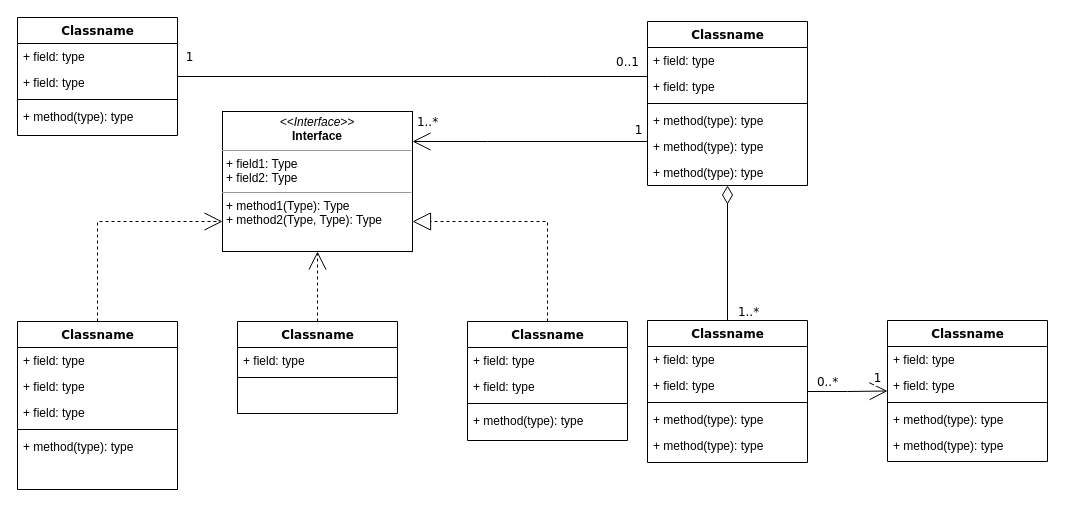
zhangchuhu/drawio keeps this draw.io diagram as technologyStack/spring/JdkDynamicProxy.drawio. Above is the earlier version. Source tidied: cells renumbered, new cells numbered last; positions are measured from the earlier drawing's top-left corner, leaving out a move shared by most shapes. Both pictures are drawn from the tidied source at 100%, with x=0, y=0 at pixel (17, 17).
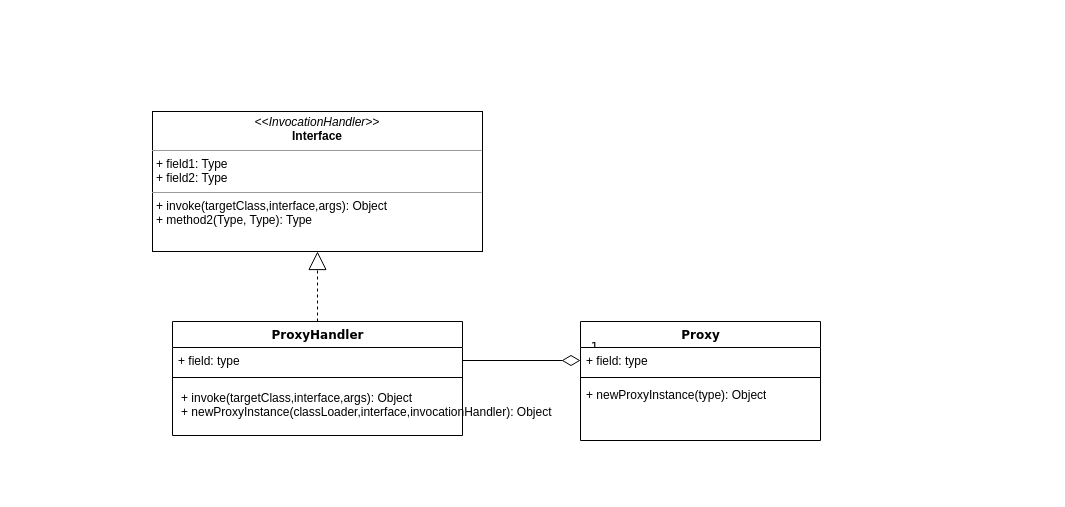
Above is the later version.

Change to the diagram source:
```diff
@@
-    <mxCell id="2" style="edgeStyle=orthogonalEdgeStyle;rounded=0;html=1;dashed=1;labelBackgroundColor=none;startArrow=none;startFill=0;startSize=8;endArrow=open;endFill=0;endSize=16;fontFamily=Verdana;fontSize=12;" parent="1" edge="1" source="3" target="54">
-      <mxGeometry relative="1" as="geometry">
-        <Array as="points">
-          <mxPoint x="80" y="204" />
-        </Array>
-      </mxGeometry>
-    </mxCell>
-    <mxCell id="3" value="Classname" style="swimlane;html=1;fontStyle=1;align=center;verticalAlign=top;horizontal=1;startSize=26;swimlaneFillColor=#ffffff;rounded=0;shadow=0;comic=0;labelBackgroundColor=none;strokeWidth=1;fillColor=none;fontFamily=Verdana;fontSize=12;" parent="1" vertex="1">
-      <mxGeometry y="304" width="160" height="168" as="geometry" />
-    </mxCell>
-    <mxCell id="4" value="+ field: type" style="text;html=1;strokeColor=none;fillColor=none;align=left;verticalAlign=top;spacingLeft=4;spacingRight=4;whiteSpace=wrap;overflow=hidden;" parent="3" vertex="1">
-      <mxGeometry y="26" width="160" height="26" as="geometry" />
-    </mxCell>
-    <mxCell id="5" value="+ field: type" style="text;html=1;strokeColor=none;fillColor=none;align=left;verticalAlign=top;spacingLeft=4;spacingRight=4;whiteSpace=wrap;overflow=hidden;" parent="3" vertex="1">
-      <mxGeometry y="52" width="160" height="26" as="geometry" />
-    </mxCell>
-    <mxCell id="6" value="+ field: type" style="text;html=1;strokeColor=none;fillColor=none;align=left;verticalAlign=top;spacingLeft=4;spacingRight=4;whiteSpace=wrap;overflow=hidden;" parent="3" vertex="1">
-      <mxGeometry y="78" width="160" height="26" as="geometry" />
-    </mxCell>
-    <mxCell id="7" style="line;html=1;strokeWidth=1;fillColor=none;align=left;verticalAlign=middle;spacingTop=-1;spacingLeft=3;spacingRight=3;labelPosition=right;" parent="3" vertex="1">
-      <mxGeometry y="104" width="160" height="8" as="geometry" />
-    </mxCell>
-    <mxCell id="8" value="+ method(type): type" style="text;html=1;strokeColor=none;fillColor=none;align=left;verticalAlign=top;spacingLeft=4;spacingRight=4;whiteSpace=wrap;overflow=hidden;" parent="3" vertex="1">
-      <mxGeometry y="112" width="160" height="26" as="geometry" />
-    </mxCell>
-    <mxCell id="9" value="Classname" style="swimlane;html=1;fontStyle=1;align=center;verticalAlign=top;horizontal=1;startSize=26;swimlaneFillColor=#ffffff;rounded=0;shadow=0;comic=0;labelBackgroundColor=none;strokeWidth=1;fillColor=none;fontFamily=Verdana;fontSize=12;" parent="1" vertex="1">
-      <mxGeometry width="160" height="118" as="geometry" />
-    </mxCell>
-    <mxCell id="10" value="+ field: type" style="text;html=1;strokeColor=none;fillColor=none;align=left;verticalAlign=top;spacingLeft=4;spacingRight=4;whiteSpace=wrap;overflow=hidden;" parent="9" vertex="1">
-      <mxGeometry y="26" width="160" height="26" as="geometry" />
-    </mxCell>
-    <mxCell id="11" value="+ field: type" style="text;html=1;strokeColor=none;fillColor=none;align=left;verticalAlign=top;spacingLeft=4;spacingRight=4;whiteSpace=wrap;overflow=hidden;" parent="9" vertex="1">
-      <mxGeometry y="52" width="160" height="26" as="geometry" />
-    </mxCell>
-    <mxCell id="12" style="line;html=1;strokeWidth=1;fillColor=none;align=left;verticalAlign=middle;spacingTop=-1;spacingLeft=3;spacingRight=3;labelPosition=right;" parent="9" vertex="1">
-      <mxGeometry y="78" width="160" height="8" as="geometry" />
-    </mxCell>
-    <mxCell id="13" value="+ method(type): type" style="text;html=1;strokeColor=none;fillColor=none;align=left;verticalAlign=top;spacingLeft=4;spacingRight=4;whiteSpace=wrap;overflow=hidden;" parent="9" vertex="1">
-      <mxGeometry y="86" width="160" height="26" as="geometry" />
-    </mxCell>
-    <mxCell id="14" style="edgeStyle=orthogonalEdgeStyle;rounded=0;html=1;labelBackgroundColor=none;startArrow=none;startFill=0;startSize=8;endArrow=open;endFill=0;endSize=16;fontFamily=Verdana;fontSize=12;" parent="1" edge="1" source="20" target="54">
-      <mxGeometry relative="1" as="geometry">
-        <Array as="points">
-          <mxPoint x="470" y="124" />
-          <mxPoint x="470" y="124" />
-        </Array>
-      </mxGeometry>
-    </mxCell>
-    <mxCell id="15" value="1..*" style="text;html=1;align=center;verticalAlign=middle;labelBackgroundColor=#ffffff;fontSize=12;fontFamily=Verdana;" parent="14" vertex="1">
-      <mxGeometry x="0.86" y="2" relative="1" as="geometry">
-        <mxPoint x="-2" y="-22" as="offset" />
-      </mxGeometry>
-    </mxCell>
-    <mxCell id="16" value="1" style="text;html=1;align=center;verticalAlign=middle;labelBackgroundColor=#ffffff;fontSize=12;fontFamily=Verdana;" parent="14" vertex="1">
-      <mxGeometry x="0.36" y="152" relative="1" as="geometry">
-        <mxPoint x="150" y="-164" as="offset" />
-      </mxGeometry>
-    </mxCell>
-    <mxCell id="17" style="edgeStyle=orthogonalEdgeStyle;rounded=0;html=1;labelBackgroundColor=none;startArrow=none;startFill=0;startSize=8;endArrow=none;endFill=0;endSize=16;fontFamily=Verdana;fontSize=12;" parent="1" edge="1" source="20" target="9">
-      <mxGeometry relative="1" as="geometry">
-        <Array as="points">
-          <mxPoint x="530" y="59" />
-          <mxPoint x="530" y="59" />
-        </Array>
-      </mxGeometry>
-    </mxCell>
-    <mxCell id="18" value="0..1" style="text;html=1;align=center;verticalAlign=middle;labelBackgroundColor=#ffffff;fontSize=12;fontFamily=Verdana;" parent="17" vertex="1">
-      <mxGeometry x="-0.57" y="-86" relative="1" as="geometry">
-        <mxPoint x="80" y="71" as="offset" />
-      </mxGeometry>
-    </mxCell>
-    <mxCell id="19" value="1" style="text;html=1;align=center;verticalAlign=middle;labelBackgroundColor=#ffffff;fontSize=12;fontFamily=Verdana;" parent="17" vertex="1">
-      <mxGeometry x="0.89" y="-1" relative="1" as="geometry">
-        <mxPoint x="-15" y="-19" as="offset" />
-      </mxGeometry>
-    </mxCell>
-    <mxCell id="20" value="Classname" style="swimlane;html=1;fontStyle=1;align=center;verticalAlign=top;horizontal=1;startSize=26;swimlaneFillColor=#ffffff;rounded=0;shadow=0;comic=0;labelBackgroundColor=none;strokeWidth=1;fillColor=none;fontFamily=Verdana;fontSize=12;" parent="1" vertex="1">
-      <mxGeometry x="630" y="4" width="160" height="164" as="geometry" />
-    </mxCell>
-    <mxCell id="21" value="+ field: type" style="text;html=1;strokeColor=none;fillColor=none;align=left;verticalAlign=top;spacingLeft=4;spacingRight=4;whiteSpace=wrap;overflow=hidden;" parent="20" vertex="1">
-      <mxGeometry y="26" width="160" height="26" as="geometry" />
-    </mxCell>
-    <mxCell id="22" value="+ field: type" style="text;html=1;strokeColor=none;fillColor=none;align=left;verticalAlign=top;spacingLeft=4;spacingRight=4;whiteSpace=wrap;overflow=hidden;" parent="20" vertex="1">
-      <mxGeometry y="52" width="160" height="26" as="geometry" />
-    </mxCell>
-    <mxCell id="23" style="line;html=1;strokeWidth=1;fillColor=none;align=left;verticalAlign=middle;spacingTop=-1;spacingLeft=3;spacingRight=3;labelPosition=right;" parent="20" vertex="1">
-      <mxGeometry y="78" width="160" height="8" as="geometry" />
-    </mxCell>
-    <mxCell id="24" value="+ method(type): type" style="text;html=1;strokeColor=none;fillColor=none;align=left;verticalAlign=top;spacingLeft=4;spacingRight=4;whiteSpace=wrap;overflow=hidden;" parent="20" vertex="1">
-      <mxGeometry y="86" width="160" height="26" as="geometry" />
-    </mxCell>
-    <mxCell id="25" value="+ method(type): type" style="text;html=1;strokeColor=none;fillColor=none;align=left;verticalAlign=top;spacingLeft=4;spacingRight=4;whiteSpace=wrap;overflow=hidden;" parent="20" vertex="1">
-      <mxGeometry y="112" width="160" height="26" as="geometry" />
-    </mxCell>
-    <mxCell id="26" value="+ method(type): type" style="text;html=1;strokeColor=none;fillColor=none;align=left;verticalAlign=top;spacingLeft=4;spacingRight=4;whiteSpace=wrap;overflow=hidden;" parent="20" vertex="1">
-      <mxGeometry y="138" width="160" height="26" as="geometry" />
-    </mxCell>
-    <mxCell id="27" style="edgeStyle=orthogonalEdgeStyle;rounded=0;html=1;dashed=1;labelBackgroundColor=none;startArrow=none;startFill=0;startSize=8;endArrow=open;endFill=0;endSize=16;fontFamily=Verdana;fontSize=12;" parent="1" edge="1" source="28" target="54">
-      <mxGeometry relative="1" as="geometry" />
-    </mxCell>
-    <mxCell id="28" value="Classname" style="swimlane;html=1;fontStyle=1;align=center;verticalAlign=top;horizontal=1;startSize=26;swimlaneFillColor=#ffffff;rounded=0;shadow=0;comic=0;labelBackgroundColor=none;strokeWidth=1;fillColor=none;fontFamily=Verdana;fontSize=12;" parent="1" vertex="1">
-      <mxGeometry x="220" y="304" width="160" height="92" as="geometry" />
+    <mxCell id="28" value="ProxyHandler" style="swimlane;html=1;fontStyle=1;align=center;verticalAlign=top;horizontal=1;startSize=26;swimlaneFillColor=#ffffff;rounded=0;shadow=0;comic=0;labelBackgroundColor=none;strokeWidth=1;fillColor=none;fontFamily=Verdana;fontSize=12;" parent="1" vertex="1">
+      <mxGeometry x="155" y="304" width="290" height="114" as="geometry" />
     </mxCell>
     <mxCell id="29" value="+ field: type" style="text;html=1;strokeColor=none;fillColor=none;align=left;verticalAlign=top;spacingLeft=4;spacingRight=4;whiteSpace=wrap;overflow=hidden;points=[[0,0.5],[1,0.5]];portConstraint=eastwest;" parent="28" vertex="1">
-      <mxGeometry y="26" width="160" height="26" as="geometry" />
+      <mxGeometry y="26" width="290" height="26" as="geometry" />
     </mxCell>
     <mxCell id="30" style="line;html=1;strokeWidth=1;fillColor=none;align=left;verticalAlign=middle;spacingTop=-1;spacingLeft=3;spacingRight=3;labelPosition=right;" parent="28" vertex="1">
-      <mxGeometry y="52" width="160" height="8" as="geometry" />
+      <mxGeometry y="52" width="290" height="8" as="geometry" />
     </mxCell>
-    <mxCell id="31" style="edgeStyle=orthogonalEdgeStyle;rounded=0;html=1;labelBackgroundColor=none;startArrow=none;startFill=0;startSize=8;endArrow=diamondThin;endFill=0;endSize=16;fontFamily=Verdana;fontSize=12;" parent="1" edge="1" source="36" target="20">
+    <mxCell id="31" style="edgeStyle=orthogonalEdgeStyle;rounded=0;html=1;labelBackgroundColor=none;startArrow=none;startFill=0;startSize=8;endArrow=diamondThin;endFill=0;endSize=16;fontFamily=Verdana;fontSize=12;entryX=0;entryY=0.5;entryDx=0;entryDy=0;exitX=1;exitY=0.5;exitDx=0;exitDy=0;" parent="1" edge="1" source="29" target="50">
       <mxGeometry relative="1" as="geometry" />
     </mxCell>
-    <mxCell id="32" value="1..*" style="text;html=1;align=center;verticalAlign=middle;labelBackgroundColor=#ffffff;fontSize=12;fontFamily=Verdana;" parent="31" vertex="1">
+    <mxCell id="32" value="1" style="text;html=1;align=center;verticalAlign=middle;labelBackgroundColor=#ffffff;fontSize=12;fontFamily=Verdana;" parent="31" vertex="1">
       <mxGeometry x="-0.85" y="-1" relative="1" as="geometry">
-        <mxPoint x="19" y="1" as="offset" />
+        <mxPoint x="122" y="-15" as="offset" />
       </mxGeometry>
     </mxCell>
-    <mxCell id="33" style="edgeStyle=orthogonalEdgeStyle;rounded=0;html=1;labelBackgroundColor=none;startArrow=none;startFill=0;startSize=8;endArrow=open;endFill=0;endSize=16;fontFamily=Verdana;fontSize=12;" parent="1" edge="1" source="36" target="42">
-      <mxGeometry relative="1" as="geometry" />
-    </mxCell>
-    <mxCell id="34" value="0..*" style="text;html=1;align=center;verticalAlign=middle;labelBackgroundColor=#ffffff;fontSize=12;fontFamily=Verdana;" parent="33" vertex="1">
-      <mxGeometry x="-0.79" relative="1" as="geometry">
-        <mxPoint x="11" y="-10" as="offset" />
-      </mxGeometry>
-    </mxCell>
-    <mxCell id="35" value="1" style="text;html=1;align=center;verticalAlign=middle;labelBackgroundColor=#ffffff;fontSize=12;fontFamily=Verdana;" parent="33" vertex="1">
-      <mxGeometry x="0.7" y="1" relative="1" as="geometry">
-        <mxPoint x="2" y="-12" as="offset" />
-      </mxGeometry>
-    </mxCell>
-    <mxCell id="36" value="Classname" style="swimlane;html=1;fontStyle=1;align=center;verticalAlign=top;horizontal=1;startSize=26;swimlaneFillColor=#ffffff;rounded=0;shadow=0;comic=0;labelBackgroundColor=none;strokeWidth=1;fillColor=none;fontFamily=Verdana;fontSize=12;" parent="1" vertex="1">
-      <mxGeometry x="630" y="303" width="160" height="142" as="geometry" />
-    </mxCell>
-    <mxCell id="37" value="+ field: type" style="text;html=1;strokeColor=none;fillColor=none;align=left;verticalAlign=top;spacingLeft=4;spacingRight=4;whiteSpace=wrap;overflow=hidden;" parent="36" vertex="1">
-      <mxGeometry y="26" width="160" height="26" as="geometry" />
-    </mxCell>
-    <mxCell id="38" value="+ field: type" style="text;html=1;strokeColor=none;fillColor=none;align=left;verticalAlign=top;spacingLeft=4;spacingRight=4;whiteSpace=wrap;overflow=hidden;" parent="36" vertex="1">
-      <mxGeometry y="52" width="160" height="26" as="geometry" />
-    </mxCell>
-    <mxCell id="39" style="line;html=1;strokeWidth=1;fillColor=none;align=left;verticalAlign=middle;spacingTop=-1;spacingLeft=3;spacingRight=3;labelPosition=right;" parent="36" vertex="1">
-      <mxGeometry y="78" width="160" height="8" as="geometry" />
-    </mxCell>
-    <mxCell id="40" value="+ method(type): type" style="text;html=1;strokeColor=none;fillColor=none;align=left;verticalAlign=top;spacingLeft=4;spacingRight=4;whiteSpace=wrap;overflow=hidden;" parent="36" vertex="1">
-      <mxGeometry y="86" width="160" height="26" as="geometry" />
-    </mxCell>
-    <mxCell id="41" value="+ method(type): type" style="text;html=1;strokeColor=none;fillColor=none;align=left;verticalAlign=top;spacingLeft=4;spacingRight=4;whiteSpace=wrap;overflow=hidden;" parent="36" vertex="1">
-      <mxGeometry y="112" width="160" height="26" as="geometry" />
-    </mxCell>
-    <mxCell id="42" value="Classname" style="swimlane;html=1;fontStyle=1;align=center;verticalAlign=top;horizontal=1;startSize=26;swimlaneFillColor=#ffffff;rounded=0;shadow=0;comic=0;labelBackgroundColor=none;strokeWidth=1;fillColor=none;fontFamily=Verdana;fontSize=12;" parent="1" vertex="1">
-      <mxGeometry x="870" y="303" width="160" height="141" as="geometry" />
-    </mxCell>
-    <mxCell id="43" value="+ field: type" style="text;html=1;strokeColor=none;fillColor=none;align=left;verticalAlign=top;spacingLeft=4;spacingRight=4;whiteSpace=wrap;overflow=hidden;" parent="42" vertex="1">
-      <mxGeometry y="26" width="160" height="26" as="geometry" />
-    </mxCell>
-    <mxCell id="44" value="+ field: type" style="text;html=1;strokeColor=none;fillColor=none;align=left;verticalAlign=top;spacingLeft=4;spacingRight=4;whiteSpace=wrap;overflow=hidden;" parent="42" vertex="1">
-      <mxGeometry y="52" width="160" height="26" as="geometry" />
-    </mxCell>
-    <mxCell id="45" style="line;html=1;strokeWidth=1;fillColor=none;align=left;verticalAlign=middle;spacingTop=-1;spacingLeft=3;spacingRight=3;labelPosition=right;" parent="42" vertex="1">
-      <mxGeometry y="78" width="160" height="8" as="geometry" />
-    </mxCell>
-    <mxCell id="46" value="+ method(type): type" style="text;html=1;strokeColor=none;fillColor=none;align=left;verticalAlign=top;spacingLeft=4;spacingRight=4;whiteSpace=wrap;overflow=hidden;" parent="42" vertex="1">
-      <mxGeometry y="86" width="160" height="26" as="geometry" />
-    </mxCell>
-    <mxCell id="47" value="+ method(type): type" style="text;html=1;strokeColor=none;fillColor=none;align=left;verticalAlign=top;spacingLeft=4;spacingRight=4;whiteSpace=wrap;overflow=hidden;" parent="42" vertex="1">
-      <mxGeometry y="112" width="160" height="26" as="geometry" />
-    </mxCell>
-    <mxCell id="48" style="edgeStyle=orthogonalEdgeStyle;rounded=0;html=1;dashed=1;labelBackgroundColor=none;startArrow=none;startFill=0;startSize=8;endArrow=block;endFill=0;endSize=16;fontFamily=Verdana;fontSize=12;" parent="1" edge="1" source="49" target="54">
-      <mxGeometry relative="1" as="geometry">
-        <Array as="points">
-          <mxPoint x="530" y="204" />
-        </Array>
-      </mxGeometry>
+    <mxCell id="48" style="edgeStyle=orthogonalEdgeStyle;rounded=0;html=1;dashed=1;labelBackgroundColor=none;startArrow=none;startFill=0;startSize=8;endArrow=block;endFill=0;endSize=16;fontFamily=Verdana;fontSize=12;exitX=0.5;exitY=0;exitDx=0;exitDy=0;" parent="1" edge="1" source="28" target="54">
+      <mxGeometry relative="1" as="geometry" />
     </mxCell>
-    <mxCell id="49" value="Classname" style="swimlane;html=1;fontStyle=1;align=center;verticalAlign=top;horizontal=1;startSize=26;swimlaneFillColor=#ffffff;rounded=0;shadow=0;comic=0;labelBackgroundColor=none;strokeWidth=1;fillColor=none;fontFamily=Verdana;fontSize=12;" parent="1" vertex="1">
-      <mxGeometry x="450" y="304" width="160" height="119" as="geometry" />
+    <mxCell id="49" value="Proxy" style="swimlane;html=1;fontStyle=1;align=center;verticalAlign=top;horizontal=1;startSize=26;swimlaneFillColor=#ffffff;rounded=0;shadow=0;comic=0;labelBackgroundColor=none;strokeWidth=1;fillColor=none;fontFamily=Verdana;fontSize=12;" parent="1" vertex="1">
+      <mxGeometry x="563" y="304" width="240" height="119" as="geometry" />
     </mxCell>
     <mxCell id="50" value="+ field: type" style="text;html=1;strokeColor=none;fillColor=none;align=left;verticalAlign=top;spacingLeft=4;spacingRight=4;whiteSpace=wrap;overflow=hidden;points=[[0,0.5],[1,0.5]];portConstraint=eastwest;" parent="49" vertex="1">
-      <mxGeometry y="26" width="160" height="26" as="geometry" />
+      <mxGeometry y="26" width="240" height="26" as="geometry" />
     </mxCell>
-    <mxCell id="51" value="+ field: type" style="text;html=1;strokeColor=none;fillColor=none;align=left;verticalAlign=top;spacingLeft=4;spacingRight=4;whiteSpace=wrap;overflow=hidden;" parent="49" vertex="1">
-      <mxGeometry y="52" width="160" height="26" as="geometry" />
-    </mxCell>
     <mxCell id="52" style="line;html=1;strokeWidth=1;fillColor=none;align=left;verticalAlign=middle;spacingTop=-1;spacingLeft=3;spacingRight=3;labelPosition=right;" parent="49" vertex="1">
-      <mxGeometry y="78" width="160" height="8" as="geometry" />
+      <mxGeometry y="52" width="240" height="8" as="geometry" />
     </mxCell>
-    <mxCell id="53" value="+ method(type): type" style="text;html=1;strokeColor=none;fillColor=none;align=left;verticalAlign=top;spacingLeft=4;spacingRight=4;whiteSpace=wrap;overflow=hidden;" parent="49" vertex="1">
-      <mxGeometry y="86" width="160" height="26" as="geometry" />
+    <mxCell id="53" value="+ newProxyInstance(type): Object" style="text;html=1;strokeColor=none;fillColor=none;align=left;verticalAlign=top;spacingLeft=4;spacingRight=4;whiteSpace=wrap;overflow=hidden;" parent="49" vertex="1">
+      <mxGeometry y="60" width="240" height="26" as="geometry" />
     </mxCell>
-    <mxCell id="54" value="&lt;p style=&quot;margin:0px;margin-top:4px;text-align:center;&quot;&gt;&lt;i&gt;&amp;lt;&amp;lt;Interface&amp;gt;&amp;gt;&lt;/i&gt;&lt;br/&gt;&lt;b&gt;Interface&lt;/b&gt;&lt;/p&gt;&lt;hr size=&quot;1&quot;/&gt;&lt;p style=&quot;margin:0px;margin-left:4px;&quot;&gt;+ field1: Type&lt;br/&gt;+ field2: Type&lt;/p&gt;&lt;hr size=&quot;1&quot;/&gt;&lt;p style=&quot;margin:0px;margin-left:4px;&quot;&gt;+ method1(Type): Type&lt;br/&gt;+ method2(Type, Type): Type&lt;/p&gt;" style="verticalAlign=top;align=left;overflow=fill;fontSize=12;fontFamily=Helvetica;html=1;rounded=0;shadow=0;comic=0;labelBackgroundColor=none;strokeWidth=1;" parent="1" vertex="1">
-      <mxGeometry x="205" y="94" width="190" height="140" as="geometry" />
+    <mxCell id="54" value="&lt;p style=&quot;margin: 0px ; margin-top: 4px ; text-align: center&quot;&gt;&lt;i&gt;&amp;lt;&amp;lt;InvocationHandler&amp;gt;&amp;gt;&lt;/i&gt;&lt;br&gt;&lt;b&gt;Interface&lt;/b&gt;&lt;/p&gt;&lt;hr size=&quot;1&quot;&gt;&lt;p style=&quot;margin: 0px ; margin-left: 4px&quot;&gt;+ field1: Type&lt;br&gt;+ field2: Type&lt;/p&gt;&lt;hr size=&quot;1&quot;&gt;&lt;p style=&quot;margin: 0px ; margin-left: 4px&quot;&gt;+ invoke(targetClass,interface,args): Object&lt;br&gt;+ method2(Type, Type): Type&lt;/p&gt;" style="verticalAlign=top;align=left;overflow=fill;fontSize=12;fontFamily=Helvetica;html=1;rounded=0;shadow=0;comic=0;labelBackgroundColor=none;strokeWidth=1;" parent="1" vertex="1">
+      <mxGeometry x="135" y="94" width="330" height="140" as="geometry" />
     </mxCell>
+    <mxCell id="55" value="+ invoke(targetClass,interface,args): Object&lt;br&gt;+ newProxyInstance(classLoader,interface,invocationHandler): Object" style="text;html=1;" parent="1" vertex="1">
+      <mxGeometry x="162" y="367" width="263" height="51" as="geometry" />
+    </mxCell>
```
